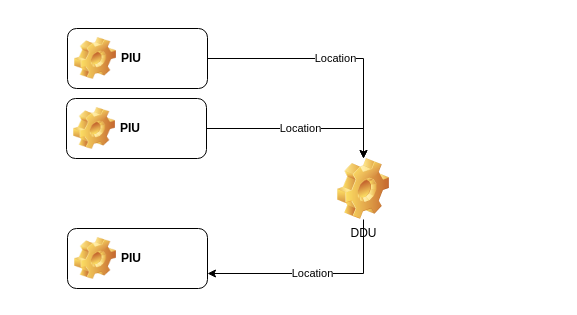
Earlier version of the draw.io diagram ddu.drawio (OrcunColak/drawio). Source tidied: cells renumbered, new cells numbered last; positions are measured from the earlier drawing's top-left corner, leaving out a move shared by most shapes. Both pictures are drawn from the tidied source at 100%, with x=0, y=0 at pixel (66, 28).
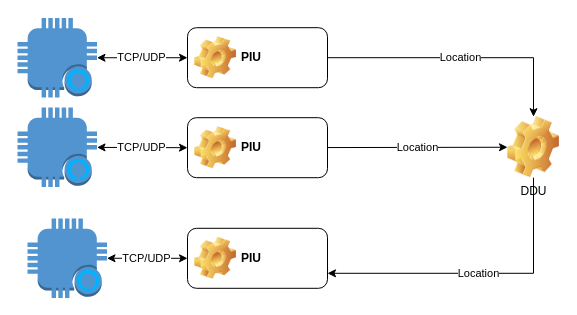
Above is the later version.

Change to the diagram source:
```diff
@@
 <mxGraphModel>
   <root>
     <mxCell id="0" />
     <mxCell id="1" parent="0" />
     <mxCell id="2" value="Location" style="edgeStyle=orthogonalEdgeStyle;rounded=0;jettySize=auto;html=1;entryX=1;entryY=0.75;entryDx=0;entryDy=0;" parent="1" edge="1" source="3" target="6">
       <mxGeometry relative="1" as="geometry">
         <Array as="points">
-          <mxPoint x="297" y="245" />
+          <mxPoint x="467" y="244" />
         </Array>
       </mxGeometry>
     </mxCell>
     <mxCell id="3" value="DDU" style="shape=image;html=1;verticalLabelPosition=bottom;verticalAlign=top;imageAspect=1;image=img/clipart/Gear_128x128.png;" parent="1" vertex="1">
-      <mxGeometry x="271" y="130" width="52" height="61" as="geometry" />
+      <mxGeometry x="441" y="88.2" width="52" height="61" as="geometry" />
     </mxCell>
-    <mxCell id="4" value="Location" style="edgeStyle=orthogonalEdgeStyle;rounded=0;jettySize=auto;html=1;entryX=0.5;entryY=0;entryDx=0;entryDy=0;" parent="1" edge="1" source="5" target="3">
+    <mxCell id="4" value="Location" style="edgeStyle=none;rounded=0;jettySize=auto;html=1;startArrow=none;startFill=0;" parent="1" edge="1" source="5" target="3">
       <mxGeometry relative="1" as="geometry" />
     </mxCell>
     <mxCell id="5" value="PIU" style="label;whiteSpace=wrap;html=1;image=img/clipart/Gear_128x128.png;" parent="1" vertex="1">
-      <mxGeometry y="70" width="140" height="60" as="geometry" />
+      <mxGeometry x="121" y="89.2" width="140" height="60" as="geometry" />
     </mxCell>
     <mxCell id="6" value="PIU" style="label;whiteSpace=wrap;html=1;image=img/clipart/Gear_128x128.png;" parent="1" vertex="1">
-      <mxGeometry x="1" y="200" width="140" height="60" as="geometry" />
+      <mxGeometry x="121" y="199.8" width="140" height="60" as="geometry" />
     </mxCell>
     <mxCell id="7" value="Location" style="edgeStyle=orthogonalEdgeStyle;rounded=0;jettySize=auto;html=1;entryX=0.5;entryY=0;entryDx=0;entryDy=0;" parent="1" edge="1" source="8" target="3">
       <mxGeometry relative="1" as="geometry" />
     </mxCell>
     <mxCell id="8" value="PIU" style="label;whiteSpace=wrap;html=1;image=img/clipart/Gear_128x128.png;" parent="1" vertex="1">
-      <mxGeometry x="1" width="140" height="60" as="geometry" />
+      <mxGeometry x="121" y="-0.8" width="140" height="60" as="geometry" />
     </mxCell>
+    <mxCell id="9" value="TCP/UDP" style="rounded=0;jettySize=auto;html=1;startArrow=classic;startFill=1;" parent="1" edge="1" source="10" target="8">
+      <mxGeometry relative="1" as="geometry" />
+    </mxCell>
+    <mxCell id="10" style="outlineConnect=0;dashed=0;verticalLabelPosition=bottom;verticalAlign=top;align=center;html=1;shape=mxgraph.aws3.alexa_enabled_device;fillColor=#5294CF;gradientColor=none;" parent="1" vertex="1">
+      <mxGeometry x="-49" y="-10.5" width="79.5" height="79.5" as="geometry" />
+    </mxCell>
+    <mxCell id="11" value="TCP/UDP" style="edgeStyle=none;rounded=0;jettySize=auto;html=1;entryX=0;entryY=0.5;entryDx=0;entryDy=0;startArrow=classic;startFill=1;" parent="1" edge="1" source="12" target="5">
+      <mxGeometry relative="1" as="geometry" />
+    </mxCell>
+    <mxCell id="12" style="outlineConnect=0;dashed=0;verticalLabelPosition=bottom;verticalAlign=top;align=center;html=1;shape=mxgraph.aws3.alexa_enabled_device;fillColor=#5294CF;gradientColor=none;" parent="1" vertex="1">
+      <mxGeometry x="-49" y="79" width="79.5" height="79.5" as="geometry" />
+    </mxCell>
+    <mxCell id="13" value="TCP/UDP" style="edgeStyle=none;rounded=0;jettySize=auto;html=1;entryX=0;entryY=0.5;entryDx=0;entryDy=0;startArrow=classic;startFill=1;" parent="1" edge="1" source="14" target="6">
+      <mxGeometry relative="1" as="geometry" />
+    </mxCell>
+    <mxCell id="14" style="outlineConnect=0;dashed=0;verticalLabelPosition=bottom;verticalAlign=top;align=center;html=1;shape=mxgraph.aws3.alexa_enabled_device;fillColor=#5294CF;gradientColor=none;" parent="1" vertex="1">
+      <mxGeometry x="-39" y="190" width="79.5" height="79.5" as="geometry" />
+    </mxCell>
   </root>
 </mxGraphModel>
```
